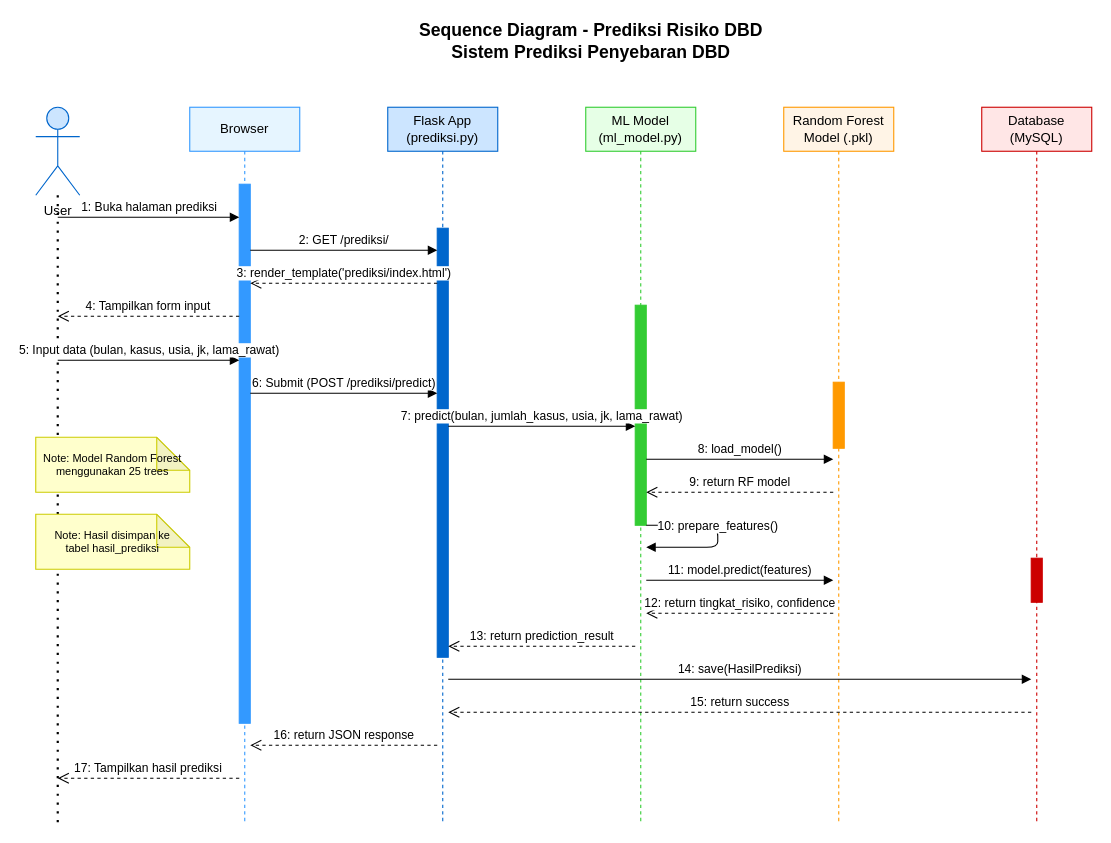
Above: Dokumen/UML/sequence_diagram_prediksi.drawio in Suwardi87/prediksi-DBD (draw.io), before the change. Source tidied: cells renumbered, new cells numbered last; positions are measured from the earlier drawing's top-left corner, leaving out a move shared by most shapes. Both pictures are drawn from the tidied source at 110%, with x=0, y=0 at pixel (35, 19).
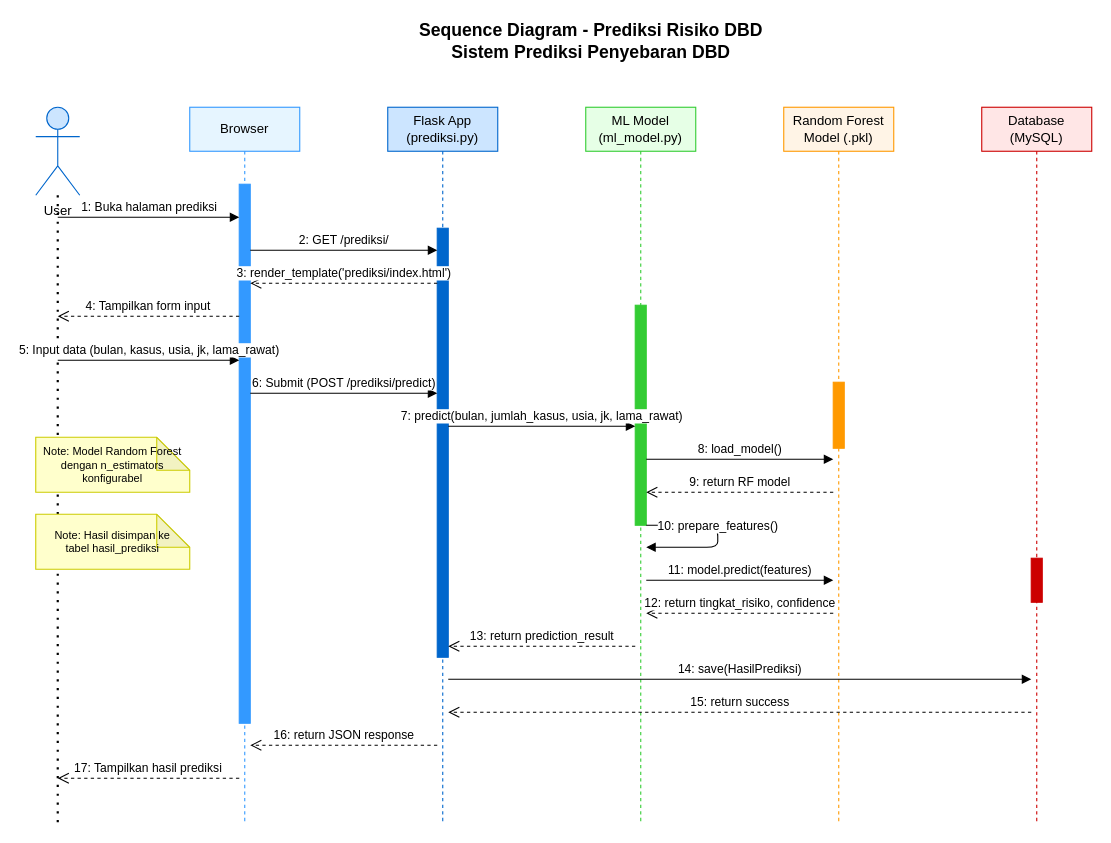
The same page after the edit.

Change to the diagram source:
```diff
@@
-    <mxCell id="32" value="Note: Model Random Forest&#10;menggunakan 25 trees" style="shape=note;whiteSpace=wrap;html=1;backgroundOutline=1;darkOpacity=0.05;fillColor=#FFFFCC;strokeColor=#CCCC00;fontSize=10;" parent="1" vertex="1">
+    <mxCell id="32" value="Note: Model Random Forest&#10;dengan n_estimators konfigurabel" style="shape=note;whiteSpace=wrap;html=1;backgroundOutline=1;darkOpacity=0.05;fillColor=#FFFFCC;strokeColor=#CCCC00;fontSize=10;" parent="1" vertex="1">
       <mxGeometry y="380" width="140" height="50" as="geometry" />
     </mxCell>
```
